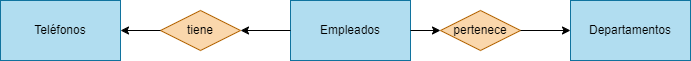
ResetMeNow/DAW keeps this draw.io diagram as BAE/Tareas/Unidad2/Images/Tarea6.3.drawio.png. Above is the earlier version. Source tidied: cells renumbered, new cells last; positions are measured from the earlier drawing's top-left corner, leaving out a move shared by most shapes. Its diagram source:
```xml
<mxGraphModel>
  <root>
    <mxCell id="0" />
    <mxCell id="1" parent="0" />
    <mxCell id="2" value="Empleados" style="rounded=0;whiteSpace=wrap;html=1;fillColor=#b1ddf0;strokeColor=#10739e;" parent="1" vertex="1">
      <mxGeometry x="290" width="120" height="60" as="geometry" />
    </mxCell>
    <mxCell id="3" value="Teléfonos" style="rounded=0;whiteSpace=wrap;html=1;fillColor=#b1ddf0;strokeColor=#10739e;" parent="1" vertex="1">
      <mxGeometry width="120" height="60" as="geometry" />
    </mxCell>
    <mxCell id="4" value="Departamentos" style="rounded=0;whiteSpace=wrap;html=1;fillColor=#b1ddf0;strokeColor=#10739e;" parent="1" vertex="1">
      <mxGeometry x="570" width="120" height="60" as="geometry" />
    </mxCell>
    <mxCell id="5" value="tiene" style="rhombus;whiteSpace=wrap;html=1;fillColor=#fad7ac;strokeColor=#b46504;" parent="1" vertex="1">
      <mxGeometry x="160" y="10" width="80" height="40" as="geometry" />
    </mxCell>
    <mxCell id="6" value="pertenece" style="rhombus;whiteSpace=wrap;html=1;fillColor=#fad7ac;strokeColor=#b46504;" parent="1" vertex="1">
      <mxGeometry x="440" y="10" width="80" height="40" as="geometry" />
    </mxCell>
    <mxCell id="7" style="rounded=0;html=1;entryX=1;entryY=0.5;entryDx=0;entryDy=0;" parent="1" edge="1" source="2" target="5">
      <mxGeometry relative="1" as="geometry" />
    </mxCell>
    <mxCell id="8" style="rounded=0;html=1;entryX=1;entryY=0.5;entryDx=0;entryDy=0;" parent="1" edge="1" source="5" target="3">
      <mxGeometry relative="1" as="geometry" />
    </mxCell>
    <mxCell id="9" style="rounded=0;html=1;entryX=0;entryY=0.5;entryDx=0;entryDy=0;" parent="1" edge="1" source="2" target="6">
      <mxGeometry relative="1" as="geometry" />
    </mxCell>
    <mxCell id="10" style="rounded=0;html=1;entryX=0;entryY=0.5;entryDx=0;entryDy=0;" parent="1" edge="1" source="6" target="4">
      <mxGeometry relative="1" as="geometry" />
    </mxCell>
  </root>
</mxGraphModel>
```
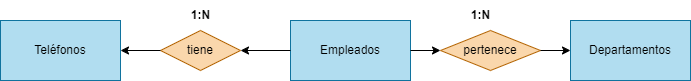
Above is the later version.

Commit message:
Tarea Realizada

Change to the diagram source:
```diff
@@ -15,7 +15,7 @@
       <mxGeometry x="160" y="10" width="80" height="40" as="geometry" />
     </mxCell>
     <mxCell id="6" value="pertenece" style="rhombus;whiteSpace=wrap;html=1;fillColor=#fad7ac;strokeColor=#b46504;" parent="1" vertex="1">
-      <mxGeometry x="440" y="10" width="80" height="40" as="geometry" />
+      <mxGeometry x="440" y="10" width="100" height="40" as="geometry" />
     </mxCell>
     <mxCell id="7" style="rounded=0;html=1;entryX=1;entryY=0.5;entryDx=0;entryDy=0;" parent="1" edge="1" source="2" target="5">
       <mxGeometry relative="1" as="geometry" />
@@ -29,5 +29,11 @@
     <mxCell id="10" style="rounded=0;html=1;entryX=0;entryY=0.5;entryDx=0;entryDy=0;" parent="1" edge="1" source="6" target="4">
       <mxGeometry relative="1" as="geometry" />
     </mxCell>
+    <mxCell id="11" value="&lt;b&gt;1:N&lt;/b&gt;" style="text;html=1;align=center;verticalAlign=middle;strokeColor=none;fillColor=none;" parent="1" vertex="1">
+      <mxGeometry x="180" y="-20" width="40" height="30" as="geometry" />
+    </mxCell>
+    <mxCell id="12" value="&lt;b&gt;1:N&lt;/b&gt;" style="text;html=1;align=center;verticalAlign=middle;strokeColor=none;fillColor=none;" parent="1" vertex="1">
+      <mxGeometry x="460" y="-20" width="40" height="30" as="geometry" />
+    </mxCell>
   </root>
 </mxGraphModel>
```
